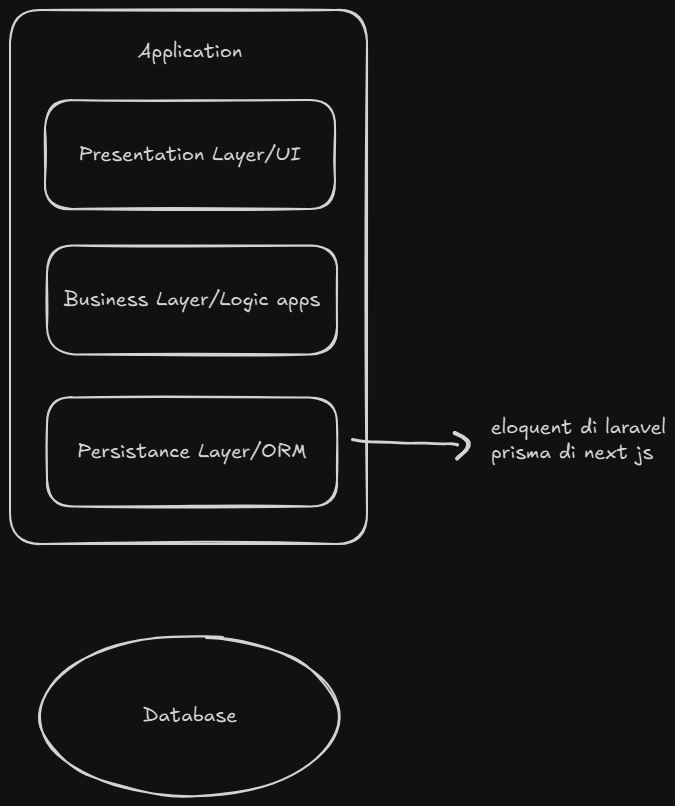
Before: TECHNICAL-PARTIONING.excalidraw.png, a diagram exported from Excalidraw (RIOKOWI/software-architecture). Source tidied: one line per element, renumbered; positions are measured from the earlier drawing's top-left corner, leaving out a move shared by most shapes. Its diagram source:
```json
{"id": 0, "type": "rectangle", "strokeColor": "#1e1e1e", "strokeWidth": 2, "roughness": 1, "round": true, "x": 0, "y": 0, "width": 357, "height": 534}
{"id": 1, "type": "rectangle", "strokeColor": "#1e1e1e", "strokeWidth": 2, "roughness": 1, "round": true, "x": 35, "y": 90, "width": 290, "height": 109}
{"id": 2, "type": "text", "text": "Presentation Layer/UI", "strokeColor": "#1e1e1e", "strokeWidth": 2, "roughness": 1, "fontSize": 20, "fontFamily": 5, "textAlign": "center", "verticalAlign": "middle", "inside": 1, "x": 69, "y": 132, "width": 222, "height": 25}
{"id": 3, "type": "rectangle", "strokeColor": "#1e1e1e", "strokeWidth": 2, "roughness": 1, "round": true, "x": 37, "y": 388, "width": 290, "height": 109}
{"id": 4, "type": "text", "text": "Persistance Layer/ORM", "strokeColor": "#1e1e1e", "strokeWidth": 2, "roughness": 1, "fontSize": 20, "fontFamily": 5, "textAlign": "center", "verticalAlign": "middle", "inside": 3, "x": 67, "y": 430, "width": 229, "height": 25}
{"id": 5, "type": "rectangle", "strokeColor": "#1e1e1e", "strokeWidth": 2, "roughness": 1, "round": true, "x": 37, "y": 236, "width": 290, "height": 109}
{"id": 6, "type": "text", "text": "Business Layer/Logic apps", "strokeColor": "#1e1e1e", "strokeWidth": 2, "roughness": 1, "fontSize": 20, "fontFamily": 5, "textAlign": "center", "verticalAlign": "middle", "inside": 5, "x": 54, "y": 278, "width": 257, "height": 25}
{"id": 7, "type": "text", "text": "Application", "strokeColor": "#1e1e1e", "strokeWidth": 2, "roughness": 1, "fontSize": 20, "fontFamily": 5, "x": 128, "y": 29, "width": 104, "height": 25}
{"id": 8, "type": "ellipse", "strokeColor": "#1e1e1e", "strokeWidth": 2, "roughness": 1, "round": true, "x": 30, "y": 626, "width": 299, "height": 160}
{"id": 9, "type": "text", "text": "Database", "strokeColor": "#1e1e1e", "strokeWidth": 2, "roughness": 1, "fontSize": 20, "fontFamily": 5, "x": 133, "y": 693, "width": 94, "height": 25}
{"id": 10, "type": "freedraw", "strokeColor": "#1e1e1e", "angle": 0.28, "strokeWidth": 1, "roughness": 1, "x": 344, "y": 444, "width": 104, "height": 26, "points": [[0, 0], [-1, 2], [4, 1], [13, -1], [25, -4], [41, -10], [54, -12], [66, -15], [74, -18], [82, -20], [90, -21], [95, -23], [97, -24], [99, -24], [101, -24], [103, -24], [103, -24]]}
{"id": 11, "type": "freedraw", "strokeColor": "#1e1e1e", "angle": 0.28, "strokeWidth": 1, "roughness": 1, "x": 441, "y": 425, "width": 17, "height": 25, "points": [[0, 0], [2, 0], [5, 1], [10, 1], [13, 3], [16, 4], [17, 5], [17, 7], [17, 11], [16, 16], [12, 20], [8, 25], [8, 25]]}
{"id": 12, "type": "text", "text": "eloquent di laravel\nprisma di next js", "strokeColor": "#1e1e1e", "strokeWidth": 1, "roughness": 1, "fontSize": 20, "fontFamily": 5, "x": 481, "y": 405, "width": 175, "height": 50}
```
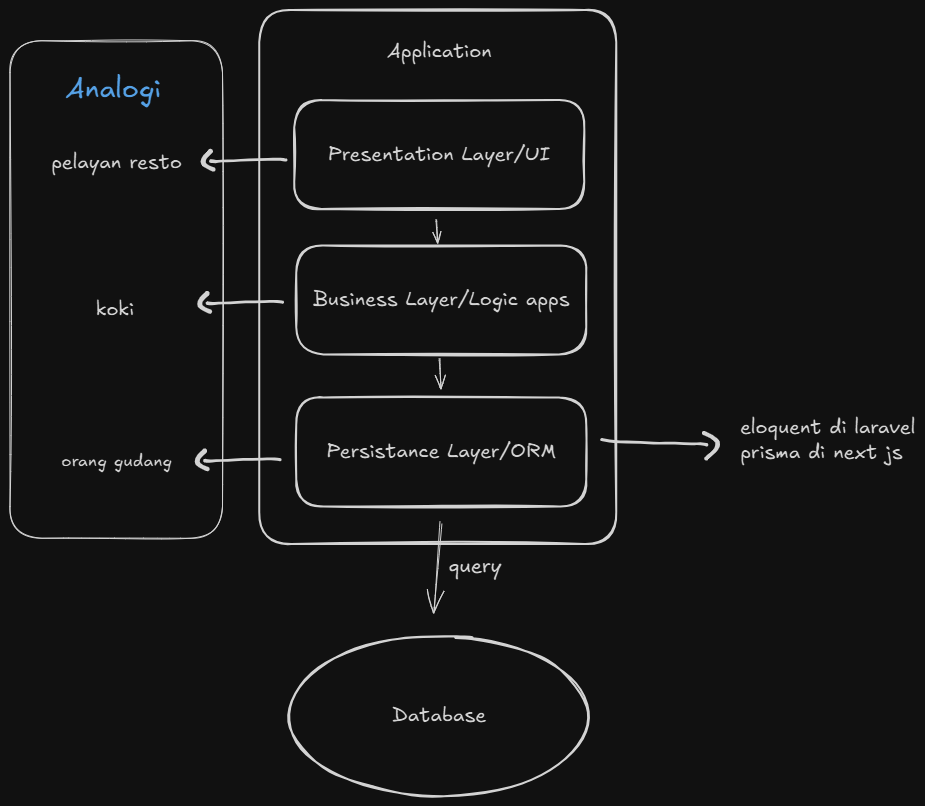
After the change.

Commit message:
docs(architecture partitioning): domain partioning

What changed in the source:
```diff
@@ -11,3 +11,18 @@
 {"id": 10, "type": "freedraw", "strokeColor": "#1e1e1e", "angle": 0.28, "strokeWidth": 1, "roughness": 1, "x": 344, "y": 444, "width": 104, "height": 26, "points": [[0, 0], [-1, 2], [4, 1], [13, -1], [25, -4], [41, -10], [54, -12], [66, -15], [74, -18], [82, -20], [90, -21], [95, -23], [97, -24], [99, -24], [101, -24], [103, -24], [103, -24]]}
 {"id": 11, "type": "freedraw", "strokeColor": "#1e1e1e", "angle": 0.28, "strokeWidth": 1, "roughness": 1, "x": 441, "y": 425, "width": 17, "height": 25, "points": [[0, 0], [2, 0], [5, 1], [10, 1], [13, 3], [16, 4], [17, 5], [17, 7], [17, 11], [16, 16], [12, 20], [8, 25], [8, 25]]}
 {"id": 12, "type": "text", "text": "eloquent di laravel\nprisma di next js", "strokeColor": "#1e1e1e", "strokeWidth": 1, "roughness": 1, "fontSize": 20, "fontFamily": 5, "x": 481, "y": 405, "width": 175, "height": 50}
+{"id": 13, "type": "rectangle", "strokeColor": "#1e1e1e", "strokeWidth": 1, "roughness": 1, "round": true, "x": -249, "y": 31, "width": 212, "height": 498}
+{"id": 14, "type": "freedraw", "strokeColor": "#1e1e1e", "angle": 3.36, "strokeWidth": 1, "roughness": 1, "x": -47, "y": 158, "width": 74, "height": 19, "points": [[0, 0], [-1, 2], [3, 1], [9, -1], [18, -3], [29, -7], [39, -8], [47, -11], [53, -13], [59, -14], [64, -15], [68, -17], [70, -17], [71, -17], [73, -17], [73, -17], [73, -17]]}
+{"id": 15, "type": "freedraw", "strokeColor": "#1e1e1e", "angle": 3.36, "strokeWidth": 1, "roughness": 1, "x": -56, "y": 140, "width": 12, "height": 18, "points": [[0, 0], [2, 0], [4, 1], [7, 1], [9, 2], [11, 3], [12, 4], [12, 5], [12, 8], [11, 11], [8, 14], [6, 18], [6, 18]]}
+{"id": 16, "type": "text", "text": "pelayan resto", "strokeColor": "#1e1e1e", "strokeWidth": 1, "roughness": 1, "fontSize": 20, "fontFamily": 5, "x": -208, "y": 141, "width": 131, "height": 25}
+{"id": 17, "type": "freedraw", "strokeColor": "#1e1e1e", "angle": 3.36, "strokeWidth": 1, "roughness": 1, "x": -53, "y": 457, "width": 74, "height": 19, "points": [[0, 0], [-1, 2], [3, 1], [9, -1], [18, -3], [29, -7], [39, -8], [47, -11], [53, -13], [59, -14], [64, -15], [68, -17], [70, -17], [71, -17], [73, -17], [73, -17], [73, -17]]}
+{"id": 18, "type": "freedraw", "strokeColor": "#1e1e1e", "angle": 3.36, "strokeWidth": 1, "roughness": 1, "x": -62, "y": 440, "width": 12, "height": 18, "points": [[0, 0], [2, 0], [4, 1], [7, 1], [9, 2], [11, 3], [12, 4], [12, 5], [12, 8], [11, 11], [8, 14], [6, 18], [6, 18]]}
+{"id": 19, "type": "freedraw", "strokeColor": "#1e1e1e", "angle": 3.36, "strokeWidth": 1, "roughness": 1, "x": -50, "y": 300, "width": 74, "height": 19, "points": [[0, 0], [-1, 2], [3, 1], [9, -1], [18, -3], [29, -7], [39, -8], [47, -11], [53, -13], [59, -14], [64, -15], [68, -17], [70, -17], [71, -17], [73, -17], [73, -17], [73, -17]]}
+{"id": 20, "type": "freedraw", "strokeColor": "#1e1e1e", "angle": 3.36, "strokeWidth": 1, "roughness": 1, "x": -59, "y": 282, "width": 12, "height": 18, "points": [[0, 0], [2, 0], [4, 1], [7, 1], [9, 2], [11, 3], [12, 4], [12, 5], [12, 8], [11, 11], [8, 14], [6, 18], [6, 18]]}
+{"id": 21, "type": "text", "text": "orang gudang", "strokeColor": "#1e1e1e", "strokeWidth": 1, "roughness": 1, "fontSize": 17.36, "fontFamily": 5, "x": -198, "y": 441, "width": 111, "height": 22}
+{"id": 22, "type": "text", "text": "koki", "strokeColor": "#1e1e1e", "strokeWidth": 1, "roughness": 1, "fontSize": 20, "fontFamily": 5, "x": -163, "y": 287, "width": 38, "height": 25}
+{"id": 23, "type": "text", "text": "Analogi", "strokeColor": "#1971c2", "strokeWidth": 1, "roughness": 1, "fontSize": 28, "fontFamily": 5, "x": -193, "y": 62, "width": 95, "height": 35}
+{"id": 24, "type": "arrow", "strokeColor": "#1e1e1e", "strokeWidth": 1, "roughness": 1, "endArrowhead": "arrow", "round": true, "from": 3, "to": 8, "x": 181, "y": 512, "width": 7, "height": 90, "points": [[0, 0], [-7, 90]]}
+{"id": 25, "type": "arrow", "strokeColor": "#1e1e1e", "strokeWidth": 1, "roughness": 1, "endArrowhead": "arrow", "round": true, "from": 5, "to": 3, "x": 180, "y": 348, "width": 2, "height": 30, "points": [[0, 0], [2, 30]]}
+{"id": 26, "type": "arrow", "strokeColor": "#1e1e1e", "strokeWidth": 1, "roughness": 1, "endArrowhead": "arrow", "round": true, "from": 5, "x": 177, "y": 209, "width": 1, "height": 24, "points": [[0, 0], [1, 24]]}
+{"id": 27, "type": "text", "text": "query", "strokeColor": "#1e1e1e", "strokeWidth": 1, "roughness": 1, "fontSize": 20.6, "fontFamily": 5, "x": 189, "y": 544, "width": 53, "height": 26}
```
